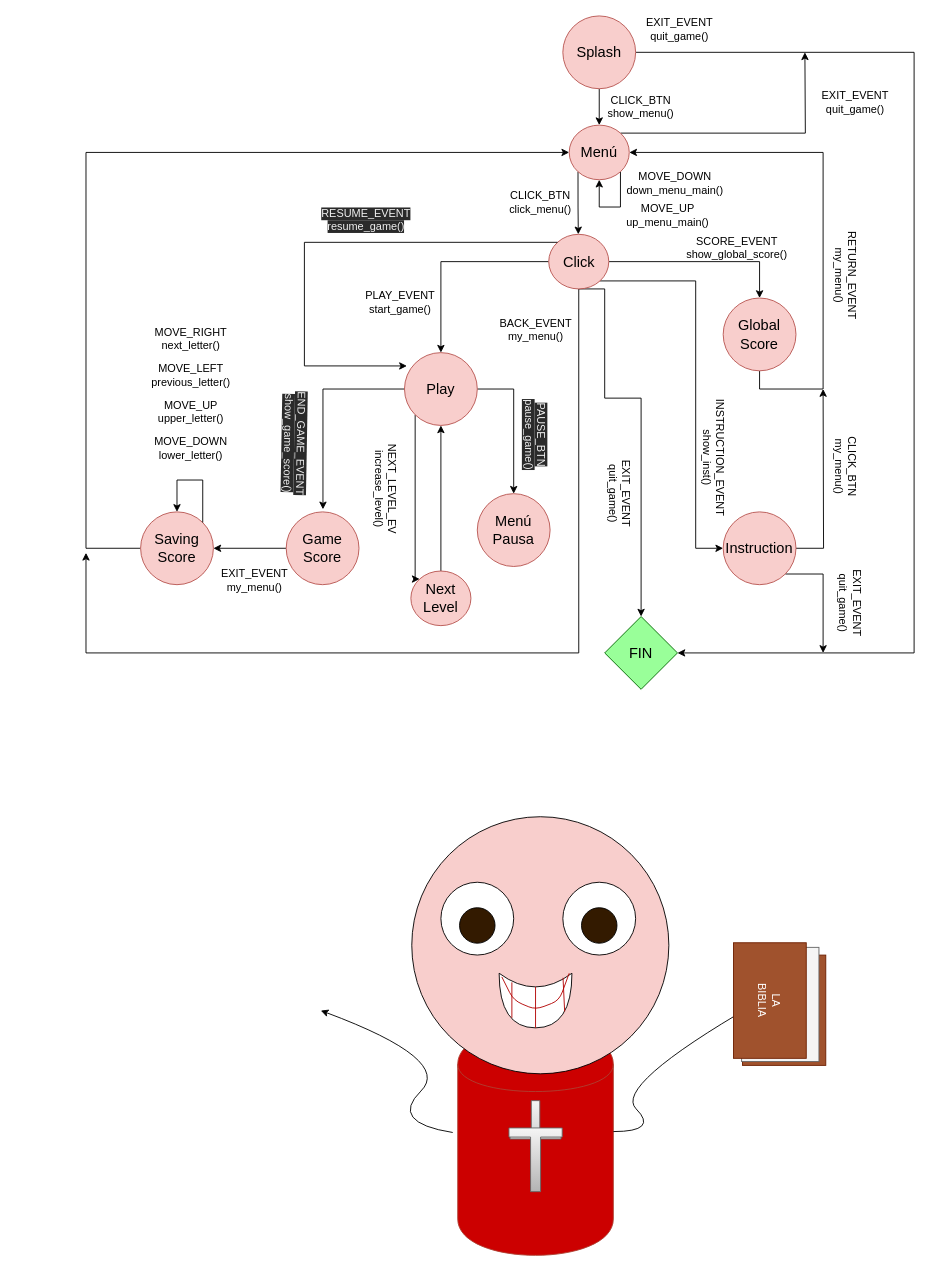
Above: some files/fsm_sketch.dio in KevinWahle/Programacion-1-TP-Integrador (draw.io), before the change. Source tidied: cells renumbered, new cells numbered last; positions are measured from the earlier drawing's top-left corner, leaving out a move shared by most shapes. Both pictures are drawn from the tidied source at 91%, with x=0, y=0 at pixel (86, 15).
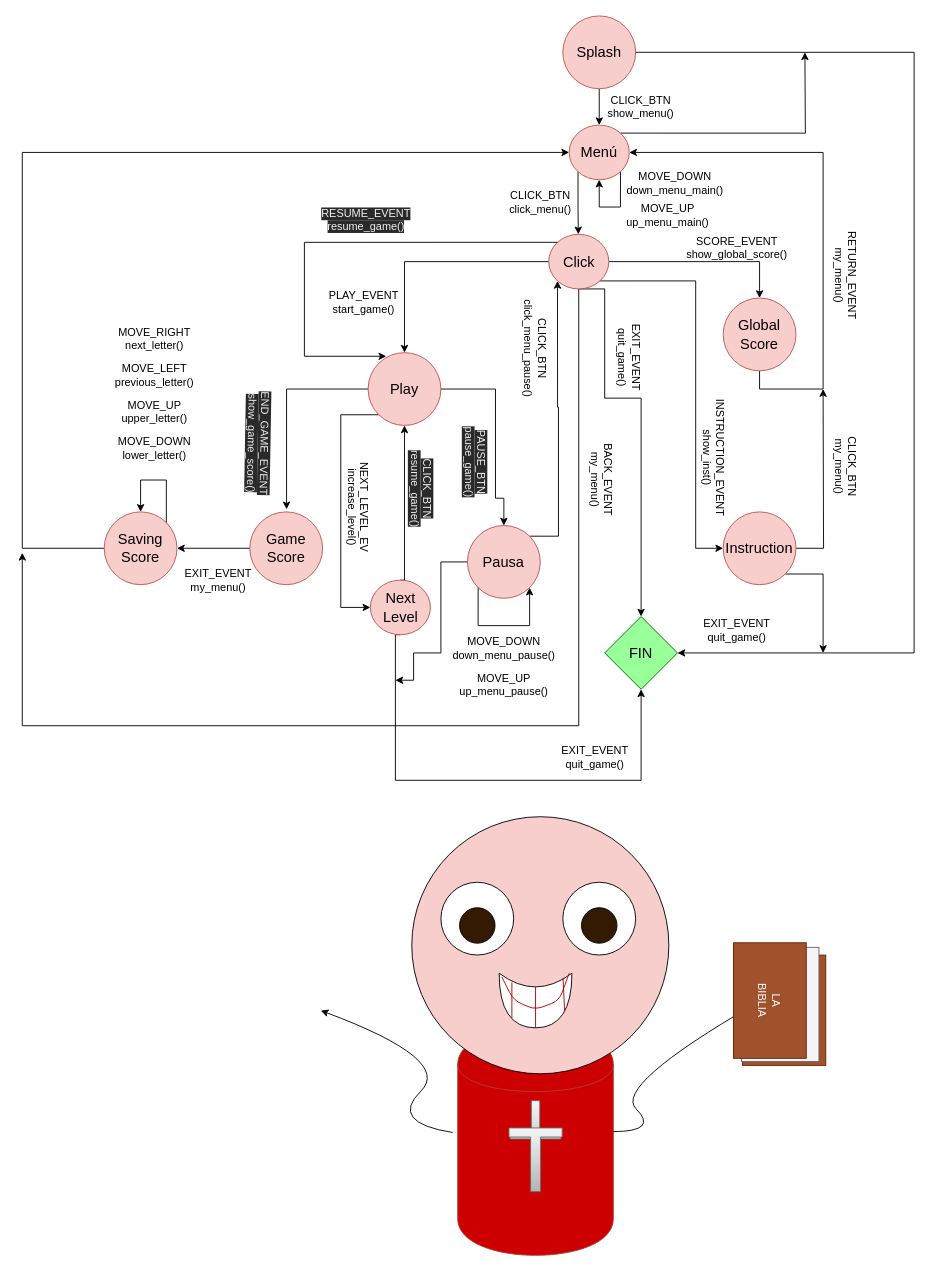
Above is the later version.

Unchanged cells that the change refers to:
```xml
<mxCell id="7" value="Menú" style="ellipse;whiteSpace=wrap;html=1;fillColor=#f8cecc;strokeColor=#b85450;fontColor=#000000;fontSize=16;" parent="1" vertex="1">
  <mxGeometry x="531" y="120" width="66" height="60" as="geometry" />
</mxCell>
<mxCell id="42" value="Click" style="ellipse;whiteSpace=wrap;html=1;fillColor=#f8cecc;strokeColor=#b85450;fontColor=#000000;fontSize=16;" parent="1" vertex="1">
  <mxGeometry x="508.5" y="240" width="66" height="60" as="geometry" />
</mxCell>
<mxCell id="47" value="&lt;span style=&quot;color: rgb(0 , 0 , 0) ; font-size: 16px&quot;&gt;FIN&lt;/span&gt;" style="rhombus;whiteSpace=wrap;html=1;fillColor=#99FF99;strokeColor=#006600;" parent="1" vertex="1">
  <mxGeometry x="570" y="660" width="80" height="80" as="geometry" />
</mxCell>
```

The edit, as a diff of the source:
```diff
@@
     <mxCell id="13" value="EXIT_EVENT&lt;br&gt;quit_game()" style="text;html=1;strokeColor=none;fillColor=none;align=center;verticalAlign=middle;whiteSpace=wrap;rounded=0;rotation=90;" parent="1" vertex="1">
-      <mxGeometry x="544" y="490" width="86" height="70" as="geometry" />
+      <mxGeometry x="554.5" y="340" width="86" height="70" as="geometry" />
     </mxCell>
@@
     <mxCell id="15" style="edgeStyle=orthogonalEdgeStyle;rounded=0;jettySize=auto;html=1;exitX=1;exitY=0.5;exitDx=0;exitDy=0;entryX=0.5;entryY=0;entryDx=0;entryDy=0;" parent="1" edge="1" source="18" target="50">
-      <mxGeometry relative="1" as="geometry" />
+      <mxGeometry relative="1" as="geometry">
+        <Array as="points">
+          <mxPoint x="450" y="410" />
+          <mxPoint x="450" y="530" />
+          <mxPoint x="459" y="530" />
+        </Array>
+      </mxGeometry>
     </mxCell>
     <mxCell id="16" style="edgeStyle=orthogonalEdgeStyle;rounded=0;jettySize=auto;html=1;entryX=0.505;entryY=-0.035;entryDx=0;entryDy=0;entryPerimeter=0;" parent="1" edge="1" source="18" target="49">
       <mxGeometry relative="1" as="geometry">
         <Array as="points">
-          <mxPoint x="260" y="410" />
+          <mxPoint x="220" y="410" />
         </Array>
       </mxGeometry>
     </mxCell>
-    <mxCell id="17" style="edgeStyle=orthogonalEdgeStyle;rounded=0;jettySize=auto;html=1;exitX=0;exitY=1;exitDx=0;exitDy=0;entryX=0;entryY=0;entryDx=0;entryDy=0;" parent="1" edge="1" source="18" target="73">
+    <mxCell id="17" style="edgeStyle=orthogonalEdgeStyle;rounded=0;jettySize=auto;html=1;exitX=0;exitY=1;exitDx=0;exitDy=0;entryX=0;entryY=0.5;entryDx=0;entryDy=0;" parent="1" edge="1" source="18" target="73">
       <mxGeometry relative="1" as="geometry">
         <Array as="points">
-          <mxPoint x="362" y="619" />
+          <mxPoint x="280" y="438" />
+          <mxPoint x="280" y="650" />
         </Array>
       </mxGeometry>
     </mxCell>
     <mxCell id="18" value="Play" style="ellipse;whiteSpace=wrap;html=1;fillColor=#f8cecc;strokeColor=#b85450;fontColor=#000000;fontSize=16;" parent="1" vertex="1">
-      <mxGeometry x="350" y="370" width="80" height="80" as="geometry" />
+      <mxGeometry x="310" y="370" width="80" height="80" as="geometry" />
     </mxCell>
@@
     <mxCell id="41" style="edgeStyle=orthogonalEdgeStyle;rounded=0;jettySize=auto;html=1;exitX=0.5;exitY=1;exitDx=0;exitDy=0;" parent="1" edge="1" source="42">
       <mxGeometry relative="1" as="geometry">
-        <mxPoint y="590" as="targetPoint" />
+        <mxPoint x="-70" y="590" as="targetPoint" />
         <Array as="points">
-          <mxPoint x="541" y="700" />
-          <mxPoint y="700" />
+          <mxPoint x="541" y="780" />
+          <mxPoint x="-70" y="780" />
         </Array>
       </mxGeometry>
     </mxCell>
@@
     <mxCell id="44" value="PLAY_EVENT&lt;br&gt;start_game()" style="text;html=1;align=center;verticalAlign=middle;" parent="1" vertex="1">
-      <mxGeometry x="300" y="300" width="90" height="30" as="geometry" />
+      <mxGeometry x="260" y="300" width="90" height="30" as="geometry" />
     </mxCell>
@@
     <mxCell id="46" value="&lt;span style=&quot;color: rgb(240 , 240 , 240) ; font-family: &amp;#34;helvetica&amp;#34; ; font-size: 12px ; font-style: normal ; font-weight: 400 ; letter-spacing: normal ; text-indent: 0px ; text-transform: none ; word-spacing: 0px ; background-color: rgb(42 , 42 , 42) ; float: none ; display: inline&quot;&gt;PAUSE_BTN&lt;/span&gt;&lt;br style=&quot;color: rgb(240 , 240 , 240) ; font-family: &amp;#34;helvetica&amp;#34; ; font-size: 12px ; font-style: normal ; font-weight: 400 ; letter-spacing: normal ; text-indent: 0px ; text-transform: none ; word-spacing: 0px ; background-color: rgb(42 , 42 , 42)&quot;&gt;&lt;span style=&quot;color: rgb(240 , 240 , 240) ; font-family: &amp;#34;helvetica&amp;#34; ; font-size: 12px ; font-style: normal ; font-weight: 400 ; letter-spacing: normal ; text-indent: 0px ; text-transform: none ; word-spacing: 0px ; background-color: rgb(42 , 42 , 42) ; float: none ; display: inline&quot;&gt;pause_game()&lt;/span&gt;" style="text;whiteSpace=wrap;html=1;align=center;rotation=90;" parent="1" vertex="1">
-      <mxGeometry x="444.5" y="440" width="100" height="40" as="geometry" />
+      <mxGeometry x="378.5" y="470" width="100" height="40" as="geometry" />
     </mxCell>
@@
     <mxCell id="49" value="Game&lt;br&gt;Score" style="ellipse;whiteSpace=wrap;html=1;fillColor=#f8cecc;strokeColor=#b85450;fontColor=#000000;fontSize=16;" parent="1" vertex="1">
-      <mxGeometry x="220" y="545" width="80" height="80" as="geometry" />
+      <mxGeometry x="180" y="545" width="80" height="80" as="geometry" />
     </mxCell>
+    <mxCell id="75" style="edgeStyle=orthogonalEdgeStyle;rounded=0;jettySize=auto;html=1;exitX=1;exitY=0;exitDx=0;exitDy=0;entryX=0;entryY=1;entryDx=0;entryDy=0;" parent="1" edge="1" source="50" target="42">
+      <mxGeometry relative="1" as="geometry" />
+    </mxCell>
+    <mxCell id="76" style="edgeStyle=orthogonalEdgeStyle;rounded=0;jettySize=auto;html=1;exitX=0;exitY=0.5;exitDx=0;exitDy=0;" parent="1" edge="1" source="50">
+      <mxGeometry relative="1" as="geometry">
+        <mxPoint x="340" y="730" as="targetPoint" />
+        <Array as="points">
+          <mxPoint x="390" y="600" />
+          <mxPoint x="390" y="700" />
+          <mxPoint x="360" y="700" />
+          <mxPoint x="360" y="730" />
+        </Array>
+      </mxGeometry>
+    </mxCell>
-    <mxCell id="50" value="Menú Pausa" style="ellipse;whiteSpace=wrap;html=1;fillColor=#f8cecc;strokeColor=#b85450;fontColor=#000000;fontSize=16;" parent="1" vertex="1">
-      <mxGeometry x="430" y="525" width="80" height="80" as="geometry" />
+    <mxCell id="50" value="Pausa" style="ellipse;whiteSpace=wrap;html=1;fillColor=#f8cecc;strokeColor=#b85450;fontColor=#000000;fontSize=16;" parent="1" vertex="1">
+      <mxGeometry x="419.2" y="560" width="80" height="80" as="geometry" />
     </mxCell>
     <mxCell id="51" value="&lt;span style=&quot;color: rgb(240 , 240 , 240) ; font-family: &amp;#34;helvetica&amp;#34; ; font-size: 12px ; font-style: normal ; font-weight: 400 ; letter-spacing: normal ; text-indent: 0px ; text-transform: none ; word-spacing: 0px ; background-color: rgb(42 , 42 , 42) ; float: none ; display: inline&quot;&gt;END_GAME_EVENT&lt;/span&gt;&lt;br style=&quot;color: rgb(240 , 240 , 240) ; font-family: &amp;#34;helvetica&amp;#34; ; font-size: 12px ; font-style: normal ; font-weight: 400 ; letter-spacing: normal ; text-indent: 0px ; text-transform: none ; word-spacing: 0px ; background-color: rgb(42 , 42 , 42)&quot;&gt;&lt;span style=&quot;color: rgb(240 , 240 , 240) ; font-family: &amp;#34;helvetica&amp;#34; ; font-size: 12px ; font-style: normal ; font-weight: 400 ; letter-spacing: normal ; text-indent: 0px ; text-transform: none ; word-spacing: 0px ; background-color: rgb(42 , 42 , 42) ; float: none ; display: inline&quot;&gt;show_game_score()&lt;/span&gt;" style="text;whiteSpace=wrap;html=1;align=center;rotation=91;" parent="1" vertex="1">
-      <mxGeometry x="180" y="450" width="100" height="40" as="geometry" />
+      <mxGeometry x="140" y="450" width="100" height="40" as="geometry" />
     </mxCell>
@@
-    <mxCell id="53" value="BACK_EVENT&lt;br&gt;my_menu()" style="text;html=1;align=center;verticalAlign=middle;" parent="1" vertex="1">
-      <mxGeometry x="449" y="330" width="90" height="30" as="geometry" />
+    <mxCell id="53" value="CLICK_BTN&lt;br&gt;click_menu_pause()" style="text;html=1;align=center;verticalAlign=middle;rotation=90;" parent="1" vertex="1">
+      <mxGeometry x="434" y="350" width="120" height="30" as="geometry" />
     </mxCell>
     <mxCell id="54" value="EXIT_EVENT&lt;br&gt;my_menu()" style="text;html=1;align=center;verticalAlign=middle;" parent="1" vertex="1">
-      <mxGeometry x="140" y="605" width="90" height="30" as="geometry" />
+      <mxGeometry x="100" y="605" width="90" height="30" as="geometry" />
     </mxCell>
@@
     <mxCell id="56" style="edgeStyle=orthogonalEdgeStyle;rounded=0;jettySize=auto;html=1;exitX=0;exitY=0.5;exitDx=0;exitDy=0;entryX=0;entryY=0.5;entryDx=0;entryDy=0;" parent="1" edge="1" source="57" target="7">
       <mxGeometry relative="1" as="geometry">
         <Array as="points">
-          <mxPoint y="585" />
-          <mxPoint y="150" />
+          <mxPoint x="-70" y="585" />
+          <mxPoint x="-70" y="150" />
         </Array>
       </mxGeometry>
     </mxCell>
     <mxCell id="57" value="Saving&lt;br&gt;Score" style="ellipse;whiteSpace=wrap;html=1;fillColor=#f8cecc;strokeColor=#b85450;fontColor=#000000;fontSize=16;" parent="1" vertex="1">
-      <mxGeometry x="60" y="545" width="80" height="80" as="geometry" />
+      <mxGeometry x="20" y="545" width="80" height="80" as="geometry" />
     </mxCell>
@@
     <mxCell id="62" style="edgeStyle=orthogonalEdgeStyle;rounded=0;orthogonalLoop=1;jettySize=auto;html=1;exitX=1;exitY=0;exitDx=0;exitDy=0;entryX=0.5;entryY=0;entryDx=0;entryDy=0;" parent="1" edge="1" source="57" target="57">
       <mxGeometry relative="1" as="geometry">
         <Array as="points">
-          <mxPoint x="128" y="510" />
-          <mxPoint x="100" y="510" />
+          <mxPoint x="88" y="510" />
+          <mxPoint x="60" y="510" />
         </Array>
       </mxGeometry>
     </mxCell>
     <mxCell id="63" value="MOVE_UP&lt;br&gt;upper_letter()" style="text;html=1;align=center;verticalAlign=middle;" parent="1" vertex="1">
-      <mxGeometry x="70" y="420" width="90" height="30" as="geometry" />
+      <mxGeometry x="30" y="420" width="90" height="30" as="geometry" />
     </mxCell>
     <mxCell id="64" value="MOVE_DOWN&lt;br&gt;lower_letter()" style="text;html=1;align=center;verticalAlign=middle;" parent="1" vertex="1">
-      <mxGeometry x="65" y="460" width="100" height="30" as="geometry" />
+      <mxGeometry x="25" y="460" width="100" height="30" as="geometry" />
     </mxCell>
     <mxCell id="65" value="MOVE_LEFT&lt;br&gt;previous_letter()" style="text;html=1;align=center;verticalAlign=middle;" parent="1" vertex="1">
-      <mxGeometry x="65" y="380" width="100" height="30" as="geometry" />
+      <mxGeometry x="25" y="380" width="100" height="30" as="geometry" />
     </mxCell>
     <mxCell id="66" value="MOVE_RIGHT&lt;br&gt;next_letter()" style="text;html=1;align=center;verticalAlign=middle;" parent="1" vertex="1">
-      <mxGeometry x="70" y="340" width="90" height="30" as="geometry" />
+      <mxGeometry x="30" y="340" width="90" height="30" as="geometry" />
     </mxCell>
@@
-    <mxCell id="68" value="EXIT_EVENT&lt;br&gt;quit_game()" style="text;html=1;align=center;verticalAlign=middle;rotation=0;" parent="1" vertex="1">
-      <mxGeometry x="800.2" y="80" width="90" height="30" as="geometry" />
-    </mxCell>
-    <mxCell id="69" value="EXIT_EVENT&lt;br&gt;quit_game()" style="text;html=1;align=center;verticalAlign=middle;rotation=0;" parent="1" vertex="1">
-      <mxGeometry x="607" width="90" height="30" as="geometry" />
-    </mxCell>
-    <mxCell id="70" style="edgeStyle=orthogonalEdgeStyle;rounded=0;jettySize=auto;html=1;entryX=0.033;entryY=0.183;entryDx=0;entryDy=0;exitX=0;exitY=0;exitDx=0;exitDy=0;entryPerimeter=0;" parent="1" edge="1" source="42" target="18">
+    <mxCell id="70" style="edgeStyle=orthogonalEdgeStyle;rounded=0;jettySize=auto;html=1;entryX=0.25;entryY=0.05;entryDx=0;entryDy=0;exitX=0;exitY=0;exitDx=0;exitDy=0;entryPerimeter=0;" parent="1" edge="1" source="42" target="18">
       <mxGeometry relative="1" as="geometry">
         <Array as="points">
           <mxPoint x="240" y="249" />
-          <mxPoint x="240" y="385" />
+          <mxPoint x="240" y="374" />
         </Array>
       </mxGeometry>
     </mxCell>
-    <mxCell id="71" value="EXIT_EVENT&lt;br&gt;quit_game()" style="text;html=1;align=center;verticalAlign=middle;rotation=90;" parent="1" vertex="1">
-      <mxGeometry x="795.2" y="630" width="90" height="30" as="geometry" />
+    <mxCell id="71" value="EXIT_EVENT&lt;br&gt;quit_game()" style="text;html=1;align=center;verticalAlign=middle;rotation=0;" parent="1" vertex="1">
+      <mxGeometry x="670" y="660" width="90" height="30" as="geometry" />
     </mxCell>
     <mxCell id="72" style="edgeStyle=orthogonalEdgeStyle;rounded=0;jettySize=auto;html=1;exitX=0.5;exitY=0;exitDx=0;exitDy=0;entryX=0.5;entryY=1;entryDx=0;entryDy=0;" parent="1" edge="1" source="73" target="18">
-      <mxGeometry relative="1" as="geometry" />
+      <mxGeometry relative="1" as="geometry">
+        <Array as="points">
+          <mxPoint x="350" y="620" />
+        </Array>
+      </mxGeometry>
     </mxCell>
+    <mxCell id="77" style="edgeStyle=orthogonalEdgeStyle;rounded=0;jettySize=auto;html=1;exitX=0.5;exitY=1;exitDx=0;exitDy=0;entryX=0.5;entryY=1;entryDx=0;entryDy=0;" parent="1" edge="1" source="73" target="47">
+      <mxGeometry relative="1" as="geometry">
+        <Array as="points">
+          <mxPoint x="340" y="680" />
+          <mxPoint x="340" y="840" />
+          <mxPoint x="610" y="840" />
+        </Array>
+      </mxGeometry>
+    </mxCell>
     <mxCell id="73" value="Next&lt;br&gt;Level" style="ellipse;whiteSpace=wrap;html=1;fillColor=#f8cecc;strokeColor=#b85450;fontColor=#000000;fontSize=16;" parent="1" vertex="1">
-      <mxGeometry x="357" y="610" width="66" height="60" as="geometry" />
+      <mxGeometry x="312.5" y="620" width="66" height="60" as="geometry" />
     </mxCell>
     <mxCell id="74" value="&lt;font face=&quot;helvetica&quot;&gt;NEXT_LEVEL_EV&lt;br&gt;increase_level()&lt;br&gt;&lt;/font&gt;" style="text;whiteSpace=wrap;html=1;align=center;rotation=90;" parent="1" vertex="1">
-      <mxGeometry x="280" y="500" width="100" height="40" as="geometry" />
+      <mxGeometry x="250" y="520" width="100" height="40" as="geometry" />
     </mxCell>
+    <mxCell id="78" value="&lt;span style=&quot;color: rgb(240 , 240 , 240) ; font-family: &amp;#34;helvetica&amp;#34; ; font-size: 12px ; font-style: normal ; font-weight: 400 ; letter-spacing: normal ; text-indent: 0px ; text-transform: none ; word-spacing: 0px ; background-color: rgb(42 , 42 , 42) ; float: none ; display: inline&quot;&gt;CLICK_BTN&lt;/span&gt;&lt;br style=&quot;color: rgb(240 , 240 , 240) ; font-family: &amp;#34;helvetica&amp;#34; ; font-size: 12px ; font-style: normal ; font-weight: 400 ; letter-spacing: normal ; text-indent: 0px ; text-transform: none ; word-spacing: 0px ; background-color: rgb(42 , 42 , 42)&quot;&gt;&lt;span style=&quot;color: rgb(240 , 240 , 240) ; font-family: &amp;#34;helvetica&amp;#34; ; font-size: 12px ; font-style: normal ; font-weight: 400 ; letter-spacing: normal ; text-indent: 0px ; text-transform: none ; word-spacing: 0px ; background-color: rgb(42 , 42 , 42) ; float: none ; display: inline&quot;&gt;resume_game()&lt;/span&gt;" style="text;whiteSpace=wrap;html=1;align=center;rotation=90;" parent="1" vertex="1">
+      <mxGeometry x="319.2" y="500" width="100" height="40" as="geometry" />
+    </mxCell>
+    <mxCell id="79" value="EXIT_EVENT&lt;br&gt;quit_game()" style="text;html=1;align=center;verticalAlign=middle;rotation=0;" parent="1" vertex="1">
+      <mxGeometry x="514" y="800" width="90" height="30" as="geometry" />
+    </mxCell>
+    <mxCell id="80" value="MOVE_UP&lt;br&gt;up_menu_pause()" style="text;html=1;align=center;verticalAlign=middle;" parent="1" vertex="1">
+      <mxGeometry x="404" y="720" width="110" height="30" as="geometry" />
+    </mxCell>
+    <mxCell id="81" value="MOVE_DOWN&lt;br&gt;down_menu_pause()" style="text;html=1;align=center;verticalAlign=middle;" parent="1" vertex="1">
+      <mxGeometry x="394.2" y="680" width="130" height="30" as="geometry" />
+    </mxCell>
+    <mxCell id="82" style="edgeStyle=orthogonalEdgeStyle;rounded=0;orthogonalLoop=1;jettySize=auto;html=1;exitX=0;exitY=1;exitDx=0;exitDy=0;entryX=1;entryY=1;entryDx=0;entryDy=0;" parent="1" edge="1" source="50" target="50">
+      <mxGeometry relative="1" as="geometry">
+        <Array as="points">
+          <mxPoint x="431" y="670" />
+          <mxPoint x="487" y="670" />
+        </Array>
+      </mxGeometry>
+    </mxCell>
+    <mxCell id="83" value="BACK_EVENT&lt;br&gt;my_menu()&lt;br&gt;" style="text;html=1;strokeColor=none;fillColor=none;align=center;verticalAlign=middle;whiteSpace=wrap;rounded=0;rotation=90;" parent="1" vertex="1">
+      <mxGeometry x="524.2" y="475" width="86" height="70" as="geometry" />
+    </mxCell>
```
